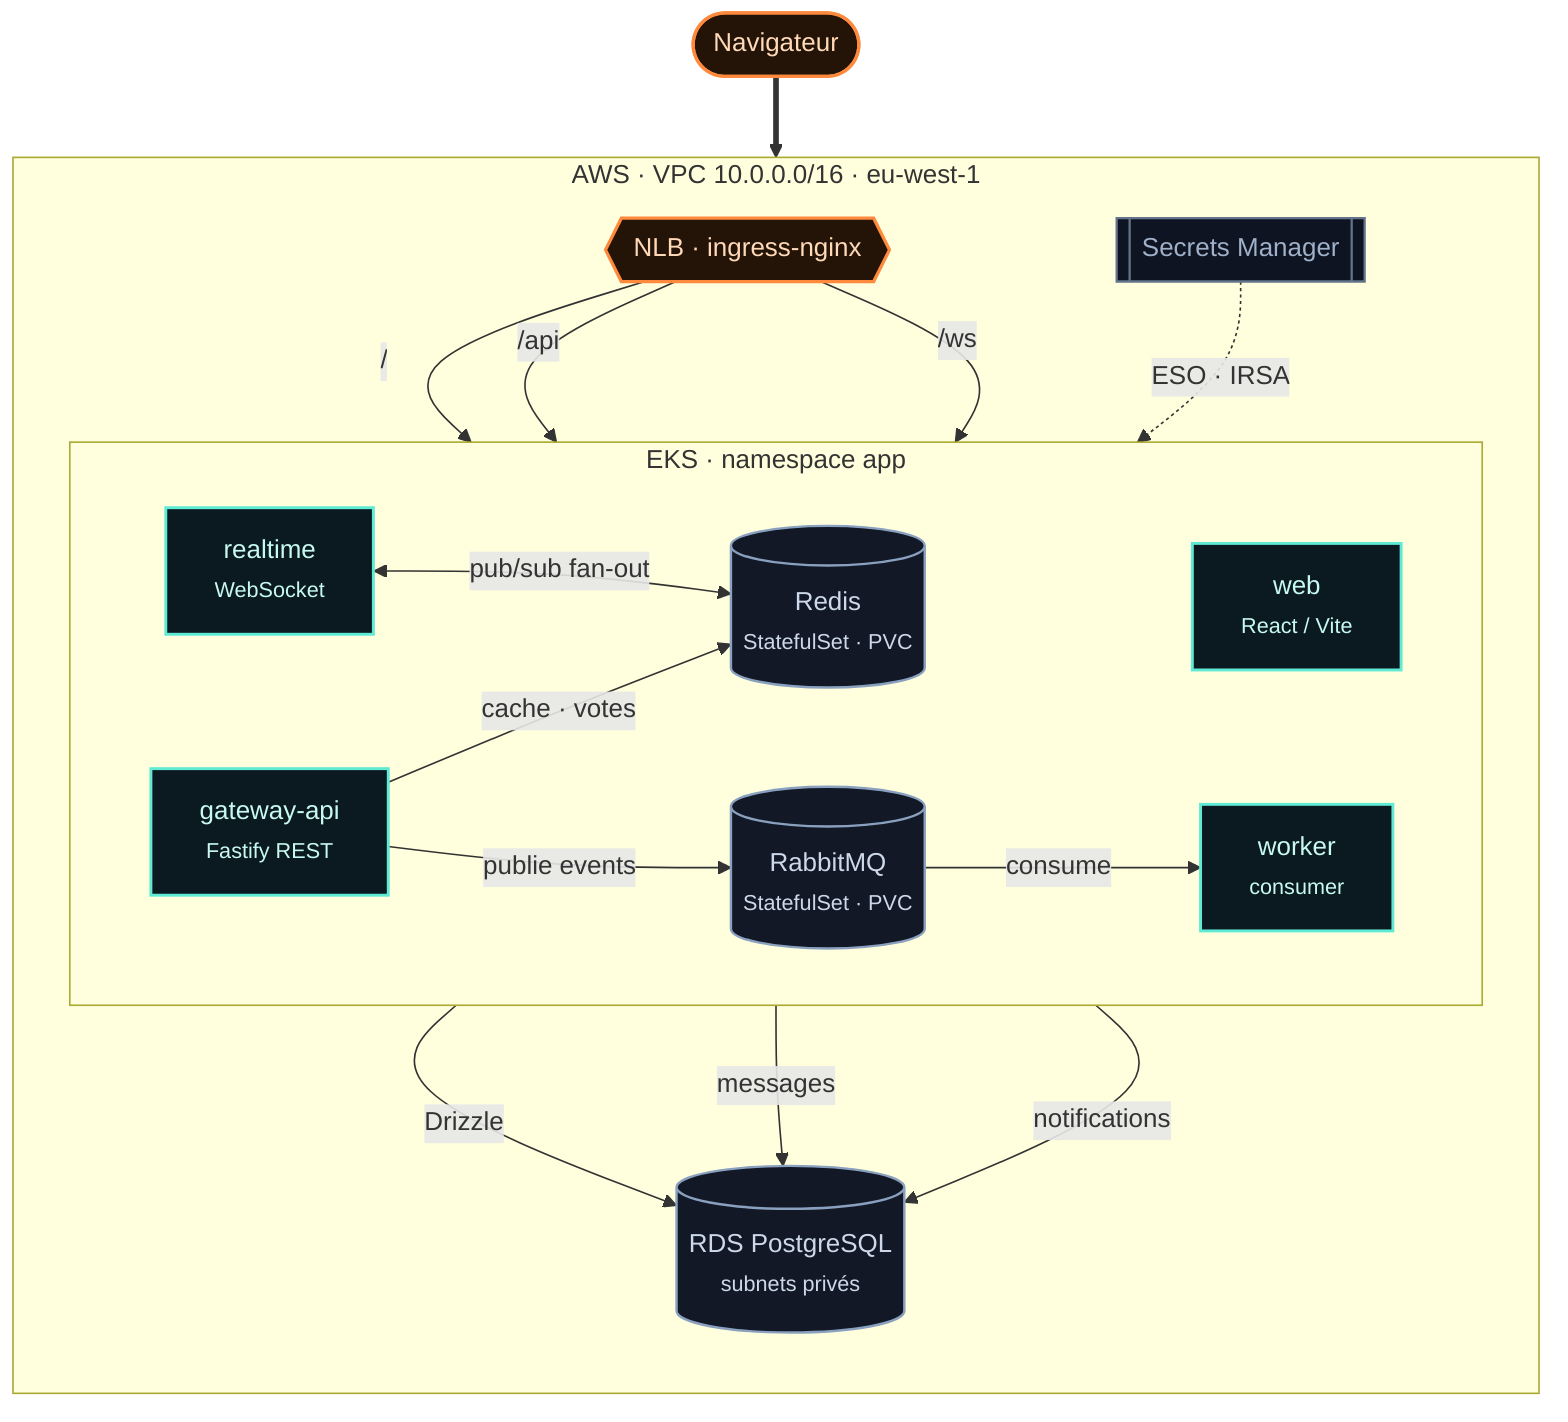
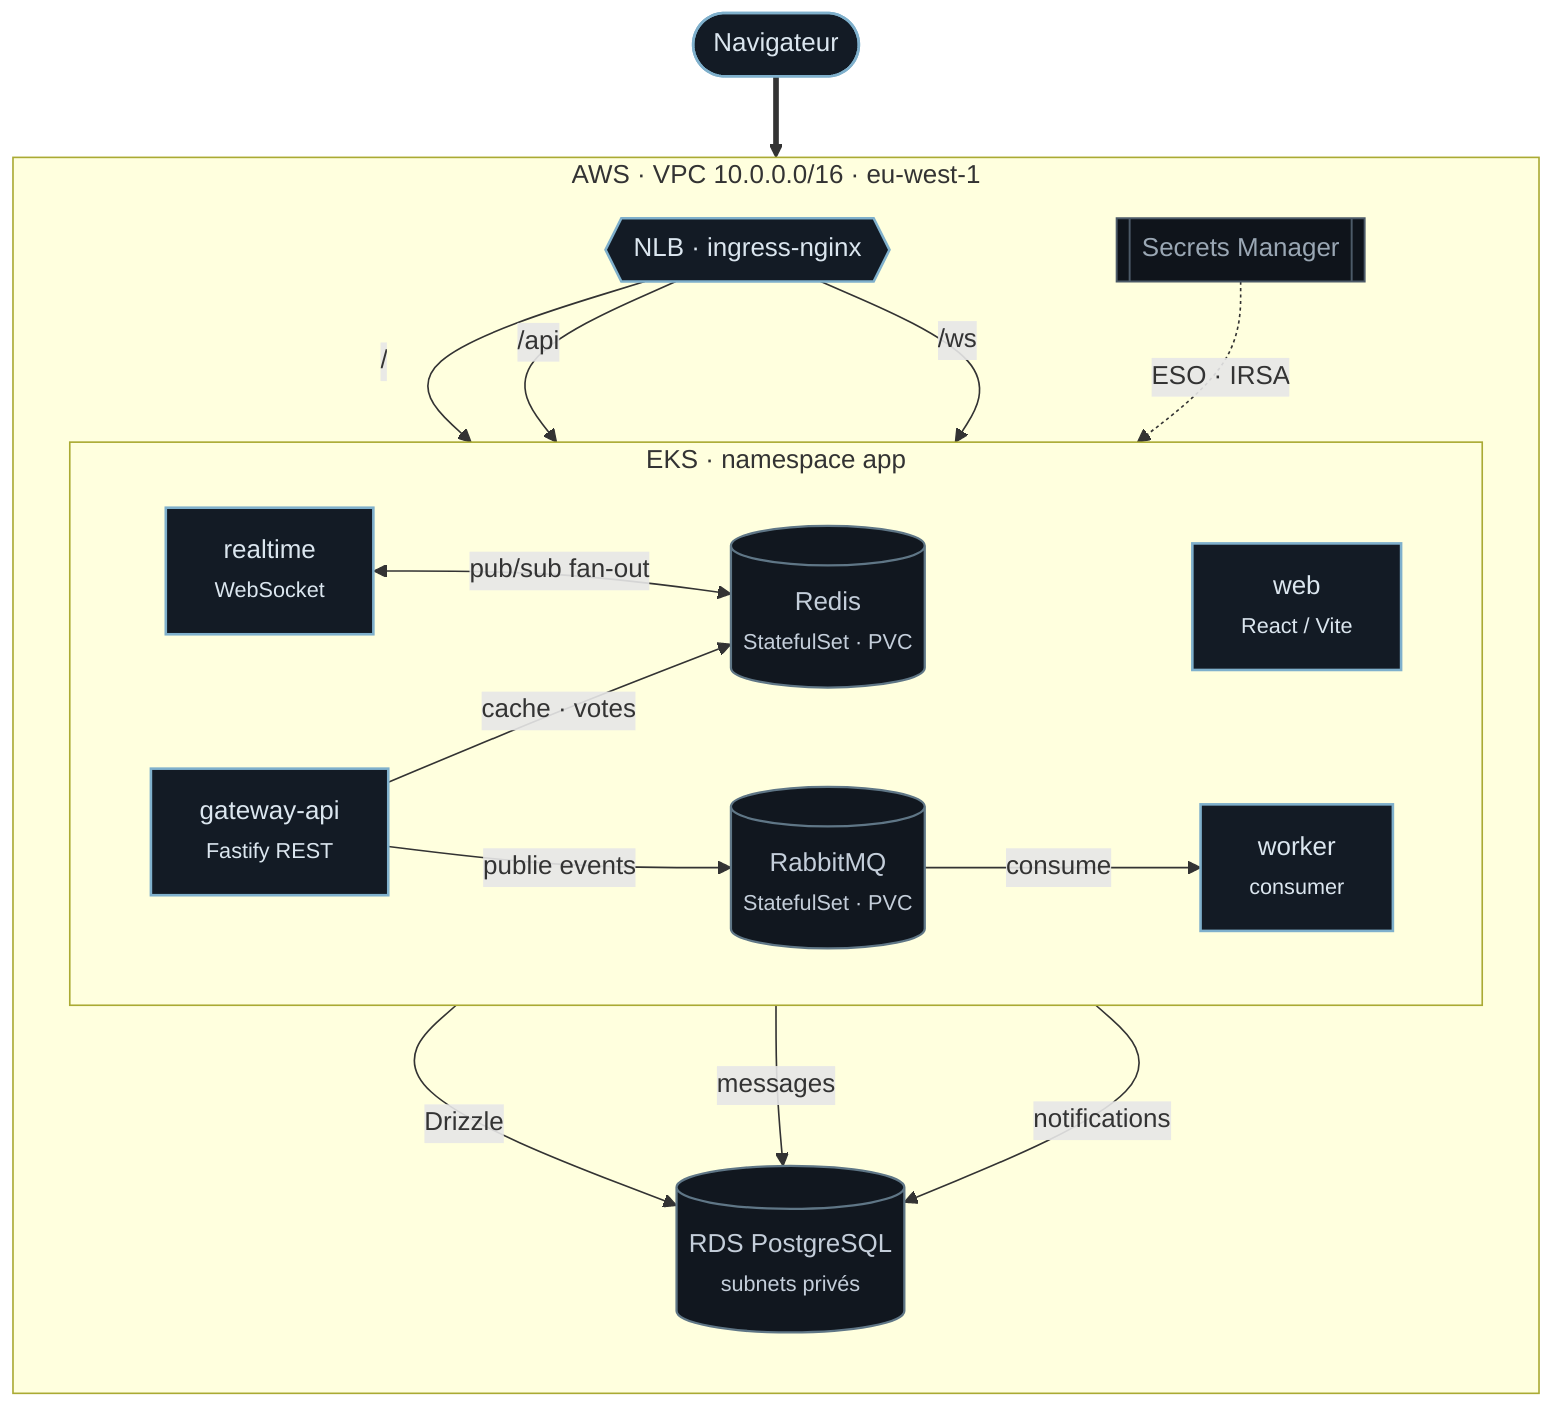
flowchart TB
  U([Navigateur]):::ember

  subgraph AWS[" AWS · VPC 10.0.0.0/16 · eu-west-1 "]
    direction TB
    NLB{{NLB · ingress-nginx}}:::ember

    subgraph EKS[" EKS · namespace app "]
      direction LR
      WEB[web<br/><small>React / Vite</small>]:::svc
      GW[gateway-api<br/><small>Fastify REST</small>]:::svc
      RT[realtime<br/><small>WebSocket</small>]:::svc
      WK[worker<br/><small>consumer</small>]:::svc
      REDIS[(Redis<br/><small>StatefulSet · PVC</small>)]:::data
      MQ[(RabbitMQ<br/><small>StatefulSet · PVC</small>)]:::data
    end

    RDS[(RDS PostgreSQL<br/><small>subnets privés</small>)]:::data
    SM[[Secrets Manager]]:::ext
  end

  U ==> NLB
  NLB -->|/| WEB
  NLB -->|/api| GW
  NLB -->|/ws| RT

  GW -->|Drizzle| RDS
  GW -->|cache · votes| REDIS
  GW -->|publie events| MQ
  RT <-->|pub/sub fan-out| REDIS
  RT -->|messages| RDS
  MQ -->|consume| WK
  WK -->|notifications| RDS

  SM -. ESO · IRSA .-> EKS

-   classDef ember fill:#241407,stroke:#ff8a3d,stroke-width:2px,color:#ffd9b8;
-   classDef svc fill:#0b1a20,stroke:#5eead4,stroke-width:1.8px,color:#c7f9f1;
-   classDef data fill:#121826,stroke:#8aa0bf,stroke-width:1.5px,color:#cdd8e8;
-   classDef ext fill:#0e1422,stroke:#64748b,stroke-width:1.4px,color:#9fb0c8;
+   classDef ember fill:#131b25,stroke:#7fb0cc,stroke-width:1.6px,color:#dbe6ef;
+   classDef svc fill:#131b25,stroke:#7fb0cc,stroke-width:1.6px,color:#dbe6ef;
+   classDef data fill:#11171f,stroke:#5f7686,stroke-width:1.4px,color:#c4ceda;
+   classDef ext fill:#0f141b,stroke:#4c5a68,stroke-width:1.2px,color:#9aa7b4;
